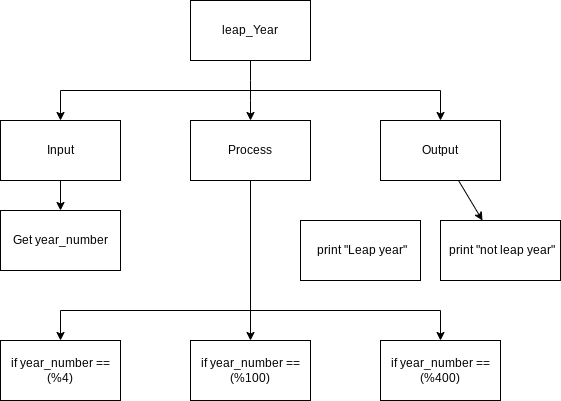
Earlier version of the draw.io export Draw.io/topdown.png (Peter-Gemmell/ICS3U-Unt3-08-Python). Source tidied: cells renumbered, new cells last; positions are measured from the earlier drawing's top-left corner, leaving out a move shared by most shapes.
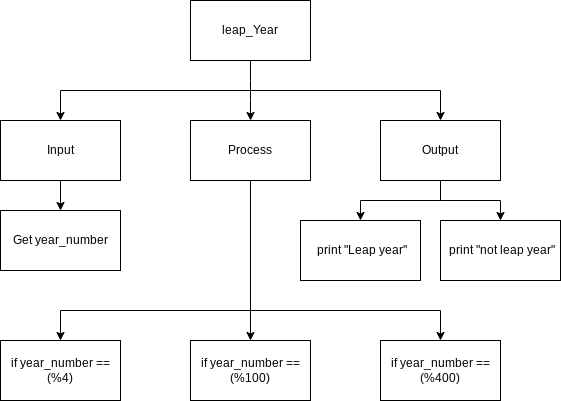
Above is the later version.

Change to the diagram source:
```diff
@@ -56,9 +56,22 @@
     <mxCell id="11" value="Process" style="rounded=0;whiteSpace=wrap;html=1;" parent="1" vertex="1">
       <mxGeometry x="190" y="120" width="120" height="60" as="geometry" />
     </mxCell>
-    <mxCell id="12" style="edgeStyle=none;rounded=0;html=1;" parent="1" edge="1" source="13" target="15">
-      <mxGeometry relative="1" as="geometry" />
+    <mxCell id="12" style="edgeStyle=none;rounded=0;html=1;exitX=0.5;exitY=1;exitDx=0;exitDy=0;entryX=0.5;entryY=0;entryDx=0;entryDy=0;" parent="1" edge="1" source="13" target="15">
+      <mxGeometry relative="1" as="geometry">
+        <Array as="points">
+          <mxPoint x="440" y="200" />
+          <mxPoint x="500" y="200" />
+        </Array>
+      </mxGeometry>
     </mxCell>
+    <mxCell id="20" style="edgeStyle=none;html=1;entryX=0.5;entryY=0;entryDx=0;entryDy=0;exitX=0.5;exitY=1;exitDx=0;exitDy=0;rounded=0;" parent="1" edge="1" source="13" target="19">
+      <mxGeometry relative="1" as="geometry">
+        <Array as="points">
+          <mxPoint x="440" y="200" />
+          <mxPoint x="360" y="200" />
+        </Array>
+      </mxGeometry>
+    </mxCell>
     <mxCell id="13" value="Output" style="rounded=0;whiteSpace=wrap;html=1;" parent="1" vertex="1">
       <mxGeometry x="380" y="120" width="120" height="60" as="geometry" />
     </mxCell>
```
